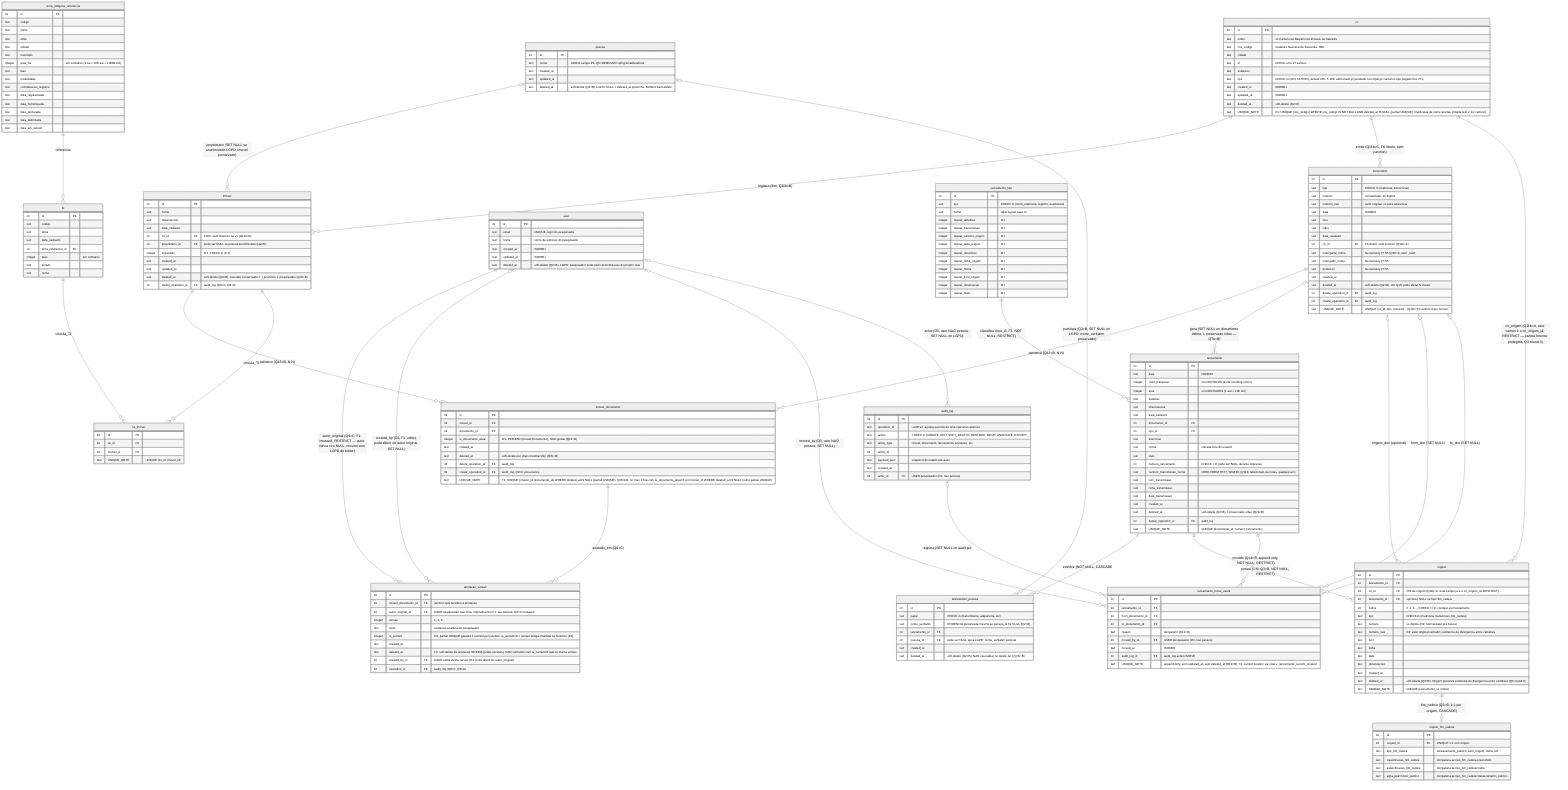
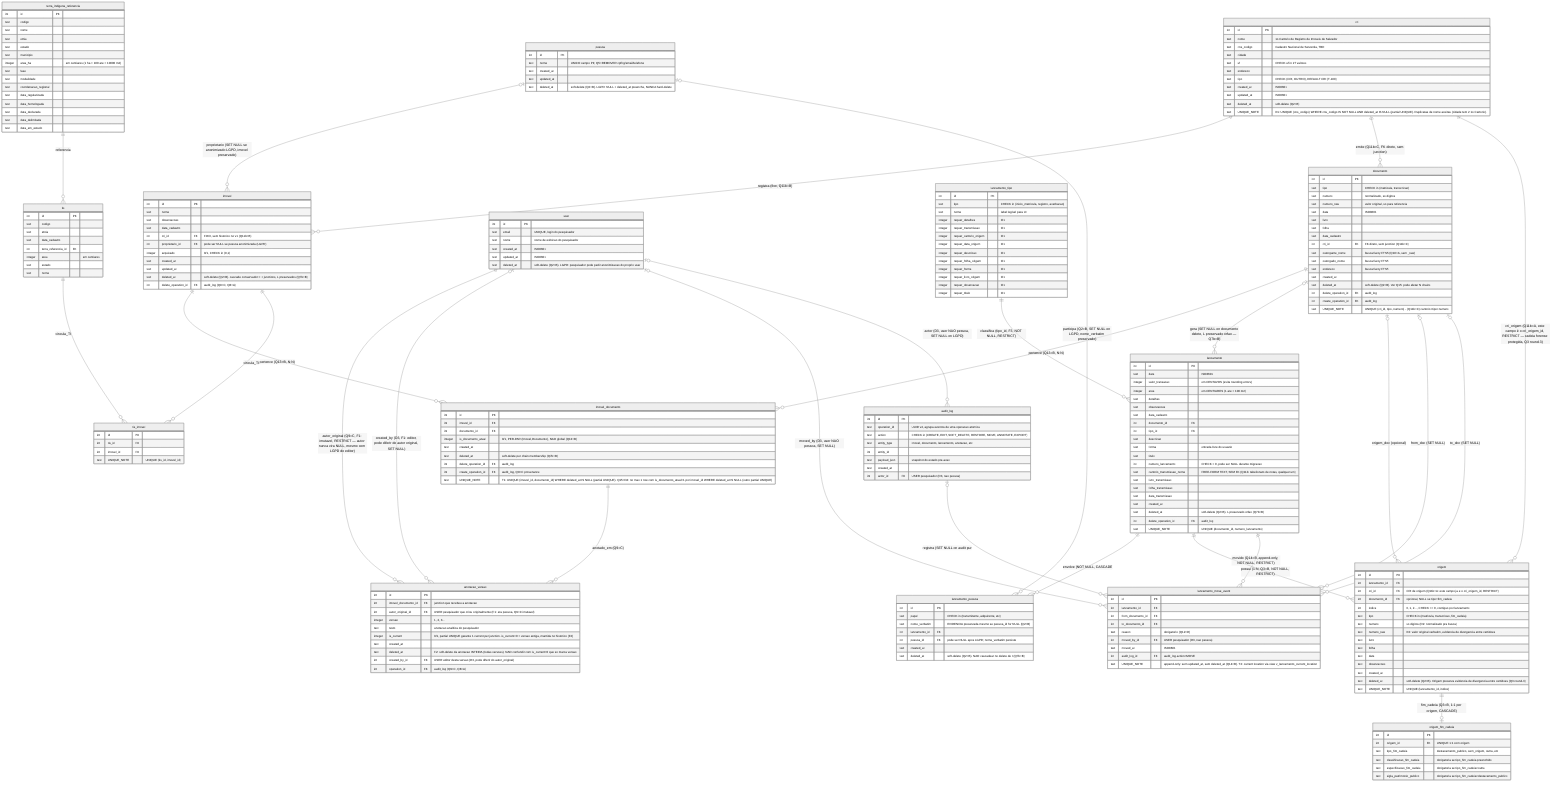
%%{init: {"theme":"neutral","er":{"layoutDirection":"LR","minEntityWidth":180,"minEntityHeight":90,"entityPadding":12},"themeVariables":{"fontSize":"12px"}}}%%
%% ERD v2 — Cadeia Dominial
%% Decisões: ver docs/db/SCHEMA_DECISOES_PENDENTES.md (Q1-Q15, Q11b, D1-D4, T1-T4)
%% Convenções SQLite/D1: TEXT ISO8601 p/ datas, INTEGER 0/1 p/ bool, INTEGER centavos p/ money
%% CHECK constraints vão via migration Drizzle (Mermaid interpreta -- e | em comentários)
%% Soft-delete: deleted_at TEXT NULL em todas as tabelas relevantes (Q2=B)
%% T-100 (2026-06-04): adicionado `cri.tipo` (CHECK CRI/OUTRO) p/ paridade com Django Cartorios
%% ============================================================================
%% ⚠️ T4 — Mermaid NÃO é schema. UNIQUE_NOTE é só documentação visual.
%%    A versão canônica é a Drizzle migration (T-101). Partial UNIQUE indexes
%%    (`WHERE deleted_at IS NULL`), CHECK constraints, FTS5 sync triggers,
%%    e a view v_lancamento_current_location (T2) NÃO aparecem no .mmd —
%%    aplicar via migration Drizzle + SQL DDL.
%% ============================================================================
erDiagram
    cri ||--o{ imovel : "registra (fixo, Q11b=B)"
    cri ||--o{ documento : "emite (Q11b=C, FK direto, sem junction)"
    imovel ||--o{ imovel_documento : "pertence (Q13=B, N:N)"
    documento ||--o{ imovel_documento : "pertence (Q13=B, N:N)"
    imovel_documento ||--o{ anotacao_versao : "anotado_em (Q9=C)"
    user ||--o{ anotacao_versao : "autor_original (Q9=C, F1: imutavel, RESTRICT — autor nunca vira NULL, mesmo com LGPD do editor)"
    user o|--o{ anotacao_versao : "created_by (D3, F1: editor, pode diferir do autor original, SET NULL)"
    user o|--o{ lancamento_move_event : "moved_by (D3, user NAO pessoa, SET NULL)"
    user o|--o{ audit_log : "actor (D3, user NAO pessoa, SET NULL on LGPD)"
    pessoa o|--o{ imovel : "proprietario (SET NULL se anonimizado LGPD, imovel preservado)"
    pessoa o|--o{ lancamento_pessoa : "participa (Q2=B, SET NULL on LGPD, nome_verbatim preservado)"
    lancamento ||--o{ lancamento_pessoa : "envolve (NOT NULL, CASCADE)"
    lancamento_tipo ||--o{ lancamento : "classifica (tipo_id, F3, NOT NULL, RESTRICT)"
    documento o|--o{ lancamento : "gera (SET NULL on documento delete, L preservado orfao — Q7b=B)"
    documento o|--o{ origem : "origem_doc (opcional)"
    lancamento ||--o{ origem : "possui (1:N, Q3=B, NOT NULL, RESTRICT)"
    origem ||--o| origem_fim_cadeia : "fim_cadeia (Q3=B, 1:1 por origem, CASCADE)"
    cri ||--o{ origem : "cri_origem (Q11b=A, este campo é o cri_origem_id, RESTRICT — cadeia forense protegida, Q3 round-3)"
    lancamento ||--o{ lancamento_move_event : "movido (Q14=B, append-only, NOT NULL, RESTRICT)"
    documento o|--o{ lancamento_move_event : "from_doc (SET NULL)"
    documento o|--o{ lancamento_move_event : "to_doc (SET NULL)"
    audit_log o|--o{ lancamento_move_event : "registra (SET NULL on audit purge)"
    imovel ||--o{ tis_imovel : "vincula_TI"
    tis ||--o{ tis_imovel : "vincula_TI"
    terra_indigena_referencia ||--o{ tis : "referencia"

    cri {
        int id PK
        text nome "1o Cartorio de Registro de Imoveis de Salvador"
        text cns_codigo "Cadastro Nacional de Serventia, TBD"
        text cidade
        text uf "CHECK uf in 27 valores"
        text endereco
-         text tipo "CHECK in (CRI, OUTRO), default CRI. T-100: adicionado p/ paridade com Django Cartorios.tipo (legado line 271)"
+         text tipo "CHECK (CRI, OUTRO), DEFAULT CRI (T-100)"
        text created_at "ISO8601"
        text updated_at "ISO8601"
        text deleted_at "soft-delete (Q2=B)"
        text UNIQUE_NOTE "D1: UNIQUE (cns_codigo) WHERE cns_codigo IS NOT NULL AND deleted_at IS NULL (partial UNIQUE). Duplicatas de nome aceitas (cidade tem 2 1o Cartorio)."
    }

    user {
        int id PK
        text email "UNIQUE, login do pesquisador"
        text nome "nome de exibicao do pesquisador"
        text created_at "ISO8601"
        text updated_at "ISO8601"
        text deleted_at "soft-delete (Q2=B). LGPD: pesquisador pode pedir anonimizacao do proprio user"
    }

    pessoa {
        int id PK
        text nome "UNICO campo PII; Q5=REMOVER cpf/rg/email/telefone"
        text created_at
        text updated_at
        text deleted_at "soft-delete (Q2=B). LGPD: NULL + deleted_at preenche, NUNCA hard-delete"
    }

    imovel {
        int id PK
        text nome
        text observacoes
        text data_cadastro
        int cri_id FK "FIXO, sem historico no v1 (Q11b=B)"
        int proprietario_id FK "pode ser NULL se pessoa anonimizada (LGPD)"
        integer arquivado "0/1, CHECK in (0,1)"
        text created_at
        text updated_at
        text deleted_at "soft-delete (Q2=B). cascade conservador: I + junctions, L preservados (Q7b=B)"
        int delete_operation_id FK "audit_log (Q9=C, Q8=A)"
    }

    imovel_documento {
        int id PK
        int imovel_id FK
        int documento_id FK
        integer is_documento_atual "0/1, PER-PAR (Imovel,Documento), NAO global (Q13=B)"
        text created_at
        text deleted_at "soft-delete per chain membership (Q7b=B)"
        int delete_operation_id FK "audit_log"
        int create_operation_id FK "audit_log, Q9=C provenance"
        text UNIQUE_NOTE "T1: UNIQUE (imovel_id, documento_id) WHERE deleted_at IS NULL (partial UNIQUE). Q15=D4: no max 1 row com is_documento_atual=1 por imovel_id WHERE deleted_at IS NULL (outro partial UNIQUE)"
    }

    documento {
        int id PK
        text tipo "CHECK in (matricula, transcricao)"
        text numero "normalizado, so digitos"
        text numero_raw "valor original, so para referencia"
        text data "ISO8601"
        text livro
        text folha
        text data_cadastro
        int cri_id FK "FK direto, sem junction (Q11b=C)"
        text outorgante_nome "busca fuzzy FTS5 (Q10=A, sem _raw)"
        text outorgado_nome "busca fuzzy FTS5"
        text endereco "busca fuzzy FTS5"
        text created_at
        text deleted_at "soft-delete (Q2=B). Ver Q15: pode afetar N chains"
        int delete_operation_id FK "audit_log"
        int create_operation_id FK "audit_log"
        text UNIQUE_NOTE "UNIQUE (cri_id, tipo, numero) - (Q11b=C) cartorio+tipo+numero"
    }

    lancamento_tipo {
        int id PK
        text tipo "CHECK in (inicio_matricula, registro, averbacao)"
        text nome "label legivel para UI"
        integer requer_detalhes "0/1"
        integer requer_transmissao "0/1"
        integer requer_cartorio_origem "0/1"
        integer requer_data_origem "0/1"
        integer requer_descricao "0/1"
        integer requer_folha_origem "0/1"
        integer requer_forma "0/1"
        integer requer_livro_origem "0/1"
        integer requer_observacao "0/1"
        integer requer_titulo "0/1"
    }

    lancamento {
        int id PK
        text data "ISO8601"
        integer valor_transacao "em CENTAVOS (evita rounding errors)"
        integer area "em CENTIARES (1 are = 100 m2)"
        text detalhes
        text observacoes
        text data_cadastro
        int documento_id FK
        int tipo_id FK
        text descricao
        text forma "entrada livre do usuario"
        text titulo
        int numero_lancamento "CHECK > 0, pode ser NULL durante migracao"
        text cartorio_transmissao_nome "FREE-FORM TEXT, SEM FK (Q11b: tabelionato de notas, qualquer um)"
        text livro_transmissao
        text folha_transmissao
        text data_transmissao
        text created_at
        text deleted_at "soft-delete (Q2=B). L preservado orfao (Q7b=B)"
        int delete_operation_id FK "audit_log"
        text UNIQUE_NOTE "UNIQUE (documento_id, numero_lancamento)"
    }

    lancamento_pessoa {
        int id PK
        text papel "CHECK in (transmitente, adquirente, etc)"
        text nome_verbatim "EVIDENCIA preservada mesmo se pessoa_id for NULL (Q2=B)"
        int lancamento_id FK
        int pessoa_id FK "pode ser NULL apos LGPD; nome_verbatim persiste"
        text created_at
        text deleted_at "soft-delete (Q2=B). NAO cascadear no delete de I (Q7b=B)"
    }

    origem {
        int id PK
        int lancamento_id FK
        int cri_id FK "CRI de origem (Q11b=A: este campo ja e o cri_origem_id, RESTRICT)"
        int documento_id FK "opcional, NULL se tipo=fim_cadeia"
        int indice "0, 1, 2..., CHECK >= 0, contiguo por lancamento"
        text tipo "CHECK in (matricula, transcricao, fim_cadeia)"
        text numero "so digitos (D2: normalizado pra busca)"
        text numero_raw "D2: valor original verbatim, evidencia de divergencia entre certidoes"
        text livro
        text folha
        text data
        text observacoes
        text created_at
        text deleted_at "soft-delete (Q2=B). Origem preserva evidencia de divergencia entre certidoes (Q3 round-3)"
        text UNIQUE_NOTE "UNIQUE (lancamento_id, indice)"
    }

    origem_fim_cadeia {
        int id PK
        int origem_id FK "UNIQUE 1:1 com origem"
        text tipo_fim_cadeia "destacamento_publico, sem_origem, outra, etc"
        text classificacao_fim_cadeia "obrigatoria se tipo_fim_cadeia preenchido"
        text especificacao_fim_cadeia "obrigatoria se tipo_fim_cadeia=outra"
        text sigla_patrimonio_publico "obrigatoria se tipo_fim_cadeia=destacamento_publico"
    }

    anotacao_versao {
        int id PK
        int imovel_documento_id FK "junction que recebeu a anotacao"
        int autor_original_id FK "USER pesquisador que criou originalmente (F1: era pessoa, Q9=C imutavel)"
        integer versao "1, 2, 3..."
        text texto "anotacao analitica do pesquisador"
        integer is_current "0/1, partial UNIQUE garante 1 current per junction. is_current=0 = versao antiga, mantida no historico (F2)"
        text created_at
        text deleted_at "F2: soft-delete da anotacao INTEIRA (todas versoes). NAO confundir com is_current=0 que so marca versao"
        int created_by_id FK "USER editor desta versao (D3, pode diferir do autor_original)"
        int operation_id FK "audit_log (Q9=C, Q8=A)"
    }

    lancamento_move_event {
        int id PK
        int lancamento_id FK
        int from_documento_id FK
        int to_documento_id FK
        text reason "obrigatorio (Q12=D)"
        int moved_by_id FK "USER pesquisador (D3, nao pessoa)"
        text moved_at "ISO8601"
        int audit_log_id FK "audit_log.action=MOVE"
        text UNIQUE_NOTE "append-only: sem updated_at, sem deleted_at (Q14=B). T2: current location via view v_lancamento_current_location"
    }

    audit_log {
        int id PK
        text operation_id "UUID v4, agrupa eventos de uma operacao atomica"
        text action "CHECK in (CREATE, EDIT, SOFT_DELETE, RESTORE, MOVE, ANNOTATE, EXPORT)"
        text entity_type "imovel, documento, lancamento, anotacao, etc"
        int entity_id
        text payload_json "snapshot do estado pre-acao"
        text created_at
        int actor_id FK "USER pesquisador (D3, nao pessoa)"
    }

    tis {
        int id PK
        text codigo
        text etnia
        text data_cadastro
        int terra_referencia_id FK
        integer area "em centiares"
        text estado
        text nome
    }

    tis_imovel {
        int id PK
        int tis_id FK
        int imovel_id FK
        text UNIQUE_NOTE "UNIQUE (tis_id, imovel_id)"
    }

    terra_indigena_referencia {
        int id PK
        text codigo
        text nome
        text etnia
        text estado
        text municipio
        integer area_ha "em centiares (1 ha = 100 are = 10000 m2)"
        text fase
        text modalidade
        text coordenacao_regional
        text data_regularizada
        text data_homologada
        text data_declarada
        text data_delimitada
        text data_em_estudo
    }
